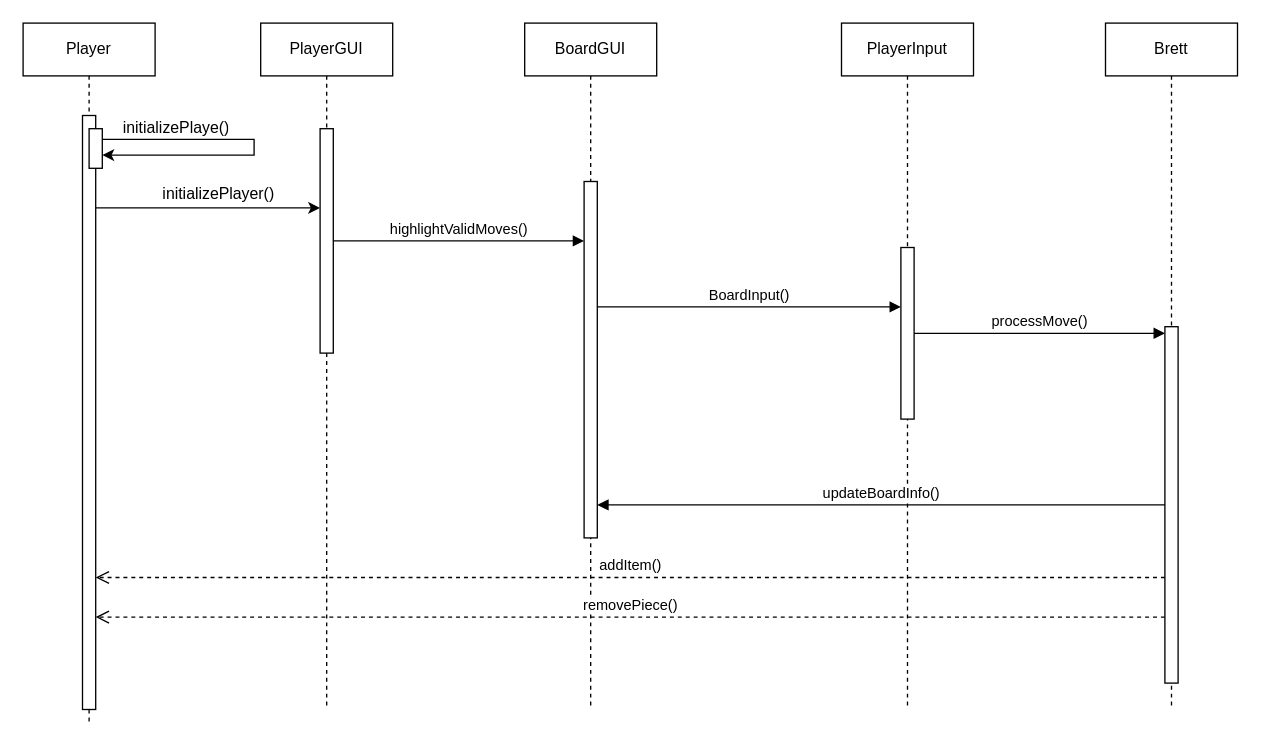
This is SequenzdiagrammSpielzug.drawio from Swagsy/Eclipselovers69, a draw.io file, before an edit. Source tidied: cells renumbered, new cells numbered last; positions are measured from the earlier drawing's top-left corner, leaving out a move shared by most shapes. Both pictures are drawn from the tidied source at 132%, with x=0, y=0 at pixel (22, 22).
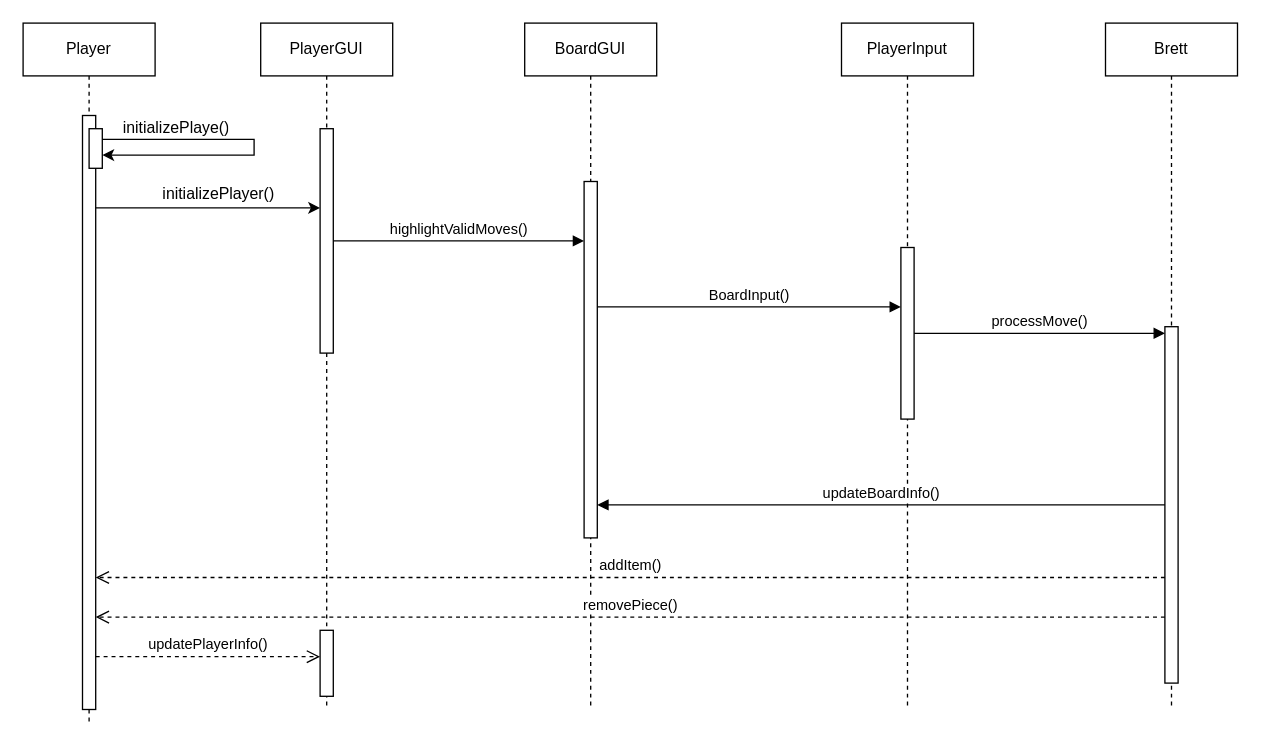
After the change.

Unchanged cells that the change refers to:
```xml
<mxCell id="3" style="html=1;points=[];perimeter=orthogonalPerimeter;outlineConnect=0;targetShapes=umlLifeline;portConstraint=eastwest;newEdgeStyle={&quot;edgeStyle&quot;:&quot;elbowEdgeStyle&quot;,&quot;elbow&quot;:&quot;vertical&quot;,&quot;curved&quot;:0,&quot;rounded&quot;:0};" parent="2" vertex="1">
  <mxGeometry x="45" y="70" width="10" height="450" as="geometry" />
</mxCell>
<mxCell id="5" value="PlayerGUI" style="shape=umlLifeline;perimeter=lifelinePerimeter;whiteSpace=wrap;html=1;newEdgeStyle={&quot;edgeStyle&quot;:&quot;elbowEdgeStyle&quot;,&quot;elbow&quot;:&quot;vertical&quot;,&quot;curved&quot;:0,&quot;rounded&quot;:0};" parent="1" vertex="1">
  <mxGeometry x="180" width="100" height="520" as="geometry" />
</mxCell>
```

The edit, as a diff of the source:
```diff
@@
+    <mxCell id="23" style="html=1;points=[[0,0,0,0,5],[0,1,0,0,-5],[1,0,0,0,5],[1,1,0,0,-5]];perimeter=orthogonalPerimeter;outlineConnect=0;targetShapes=umlLifeline;portConstraint=eastwest;newEdgeStyle={&quot;curved&quot;:0,&quot;rounded&quot;:0};" parent="5" vertex="1">
+      <mxGeometry x="45" y="460" width="10" height="50" as="geometry" />
+    </mxCell>
@@
+    <mxCell id="24" value="updatePlayerInfo()" style="html=1;verticalAlign=bottom;endArrow=open;dashed=1;endSize=8;curved=0;rounded=0;" parent="1" edge="1" source="3" target="23">
+      <mxGeometry relative="1" as="geometry">
+        <Array as="points">
+          <mxPoint x="140" y="480" />
+        </Array>
+      </mxGeometry>
+    </mxCell>
```
